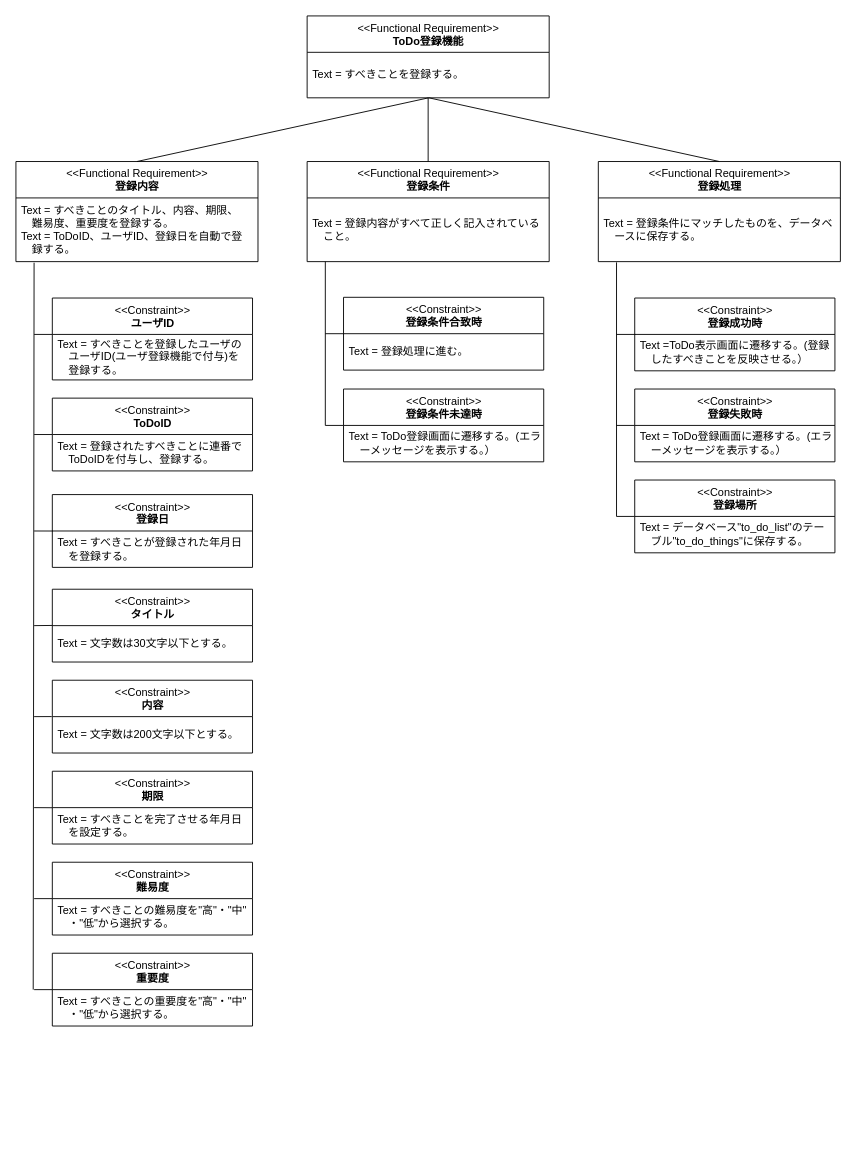
Above: portfolio03/01/requirement_definition/requirement/portfolio03_01_requirement_todo_registration.drawio in RRRYOOO/portfolio (draw.io), before the change. Source tidied: cells renumbered, new cells numbered last; positions are measured from the earlier drawing's top-left corner, leaving out a move shared by most shapes. Both pictures are drawn from the tidied source at 91%, with x=0, y=0 at pixel (15, 15).
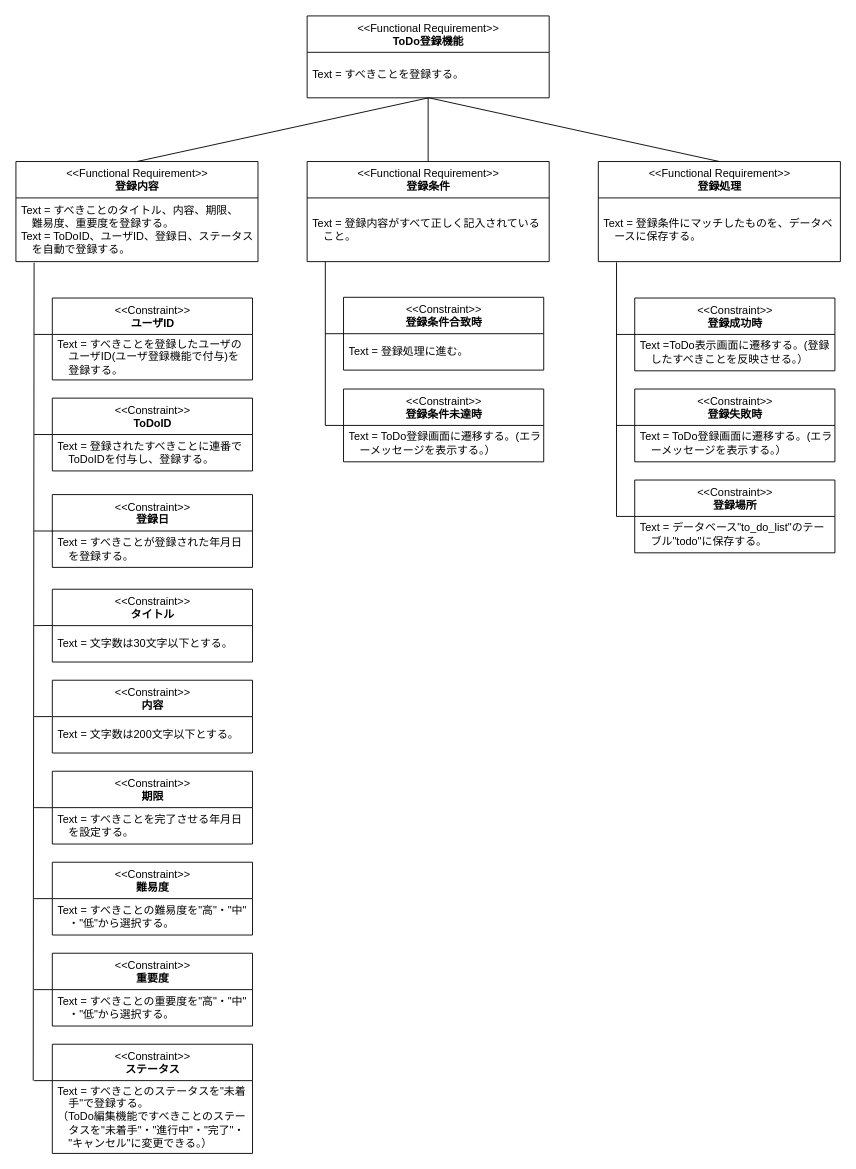
After the change.

Commit message (it also covers changes not shown here):
changed the name of table for todo.

The change refers to these unchanged cells:
```xml
<mxCell id="4" value="&amp;lt;&amp;lt;Functional Requirement&amp;gt;&amp;gt;&lt;br&gt;&lt;b&gt;登録内容&lt;/b&gt;" style="swimlane;fontStyle=0;align=center;verticalAlign=top;horizontal=1;startSize=40;html=1;" parent="1" vertex="1">
  <mxGeometry y="160" width="266" height="110" as="geometry" />
</mxCell>
<mxCell id="52" value="&amp;lt;&amp;lt;Constraint&amp;gt;&amp;gt;&lt;br&gt;&lt;b&gt;登録場所&lt;/b&gt;" style="swimlane;fontStyle=0;align=center;verticalAlign=top;horizontal=1;startSize=40;html=1;" parent="1" vertex="1">
  <mxGeometry x="680" y="510" width="220" height="80" as="geometry" />
</mxCell>
```

What changed in the source:
```diff
@@
-    <mxCell id="5" value="Text = すべきことのタイトル、内容、期限、&lt;br&gt;　難易度、重要度を登録する。&lt;br&gt;Text = ToDoID、ユーザID、登録日を自動で登&lt;br&gt;　録する。" style="text;html=1;strokeColor=none;fillColor=none;align=left;verticalAlign=middle;spacingLeft=4;spacingRight=4;overflow=hidden;points=[[0,0.5],[1,0.5]];portConstraint=eastwest;" parent="4" vertex="1">
+    <mxCell id="5" value="Text = すべきことのタイトル、内容、期限、&lt;br&gt;　難易度、重要度を登録する。&lt;br&gt;Text = ToDoID、ユーザID、登録日、ステータス&lt;br&gt;　を自動で登録する。" style="text;html=1;strokeColor=none;fillColor=none;align=left;verticalAlign=middle;spacingLeft=4;spacingRight=4;overflow=hidden;points=[[0,0.5],[1,0.5]];portConstraint=eastwest;" parent="4" vertex="1">
       <mxGeometry y="40" width="266" height="70" as="geometry" />
     </mxCell>
@@
     <mxCell id="19" style="endArrow=none;html=1;entryX=0.075;entryY=1.017;entryDx=0;entryDy=0;entryPerimeter=0;" parent="1" edge="1" target="5">
       <mxGeometry relative="1" as="geometry">
-        <mxPoint x="19" y="1070" as="sourcePoint" />
+        <mxPoint x="19" y="1170" as="sourcePoint" />
       </mxGeometry>
     </mxCell>
@@
-    <mxCell id="53" value="Text = データベース&quot;to_do_list&quot;のテー&lt;br&gt;　ブル&quot;to_do_things&quot;に保存する。" style="text;html=1;strokeColor=none;fillColor=none;align=left;verticalAlign=middle;spacingLeft=4;spacingRight=4;overflow=hidden;" parent="52" vertex="1">
+    <mxCell id="53" value="Text = データベース&quot;to_do_list&quot;のテー&lt;br&gt;　ブル&quot;todo&quot;に保存する。" style="text;html=1;strokeColor=none;fillColor=none;align=left;verticalAlign=middle;spacingLeft=4;spacingRight=4;overflow=hidden;" parent="52" vertex="1">
       <mxGeometry y="40" width="220" height="40" as="geometry" />
     </mxCell>
@@
+    <mxCell id="55" value="&amp;lt;&amp;lt;Constraint&amp;gt;&amp;gt;&lt;br&gt;&lt;b&gt;ステータス&lt;/b&gt;" style="swimlane;fontStyle=0;align=center;verticalAlign=top;horizontal=1;startSize=40;html=1;" parent="1" vertex="1">
+      <mxGeometry x="40" y="1130" width="220" height="120" as="geometry" />
+    </mxCell>
+    <mxCell id="56" value="Text = すべきことのステータスを&quot;未着&lt;br&gt;　手&quot;で登録する。&lt;br&gt;（ToDo編集機能ですべきことのステー&lt;br&gt;　タスを&quot;未着手&quot;・&quot;進行中&quot;・&quot;完了&quot;・&lt;br&gt;　&quot;キャンセル&quot;に変更できる。）" style="text;html=1;strokeColor=none;fillColor=none;align=left;verticalAlign=middle;spacingLeft=4;spacingRight=4;overflow=hidden;" parent="55" vertex="1">
+      <mxGeometry y="40" width="220" height="80" as="geometry" />
+    </mxCell>
+    <mxCell id="57" style="endArrow=none;html=1;" parent="1" edge="1">
+      <mxGeometry relative="1" as="geometry">
+        <mxPoint x="20" y="1170" as="sourcePoint" />
+        <mxPoint x="40" y="1170" as="targetPoint" />
+      </mxGeometry>
+    </mxCell>
```
